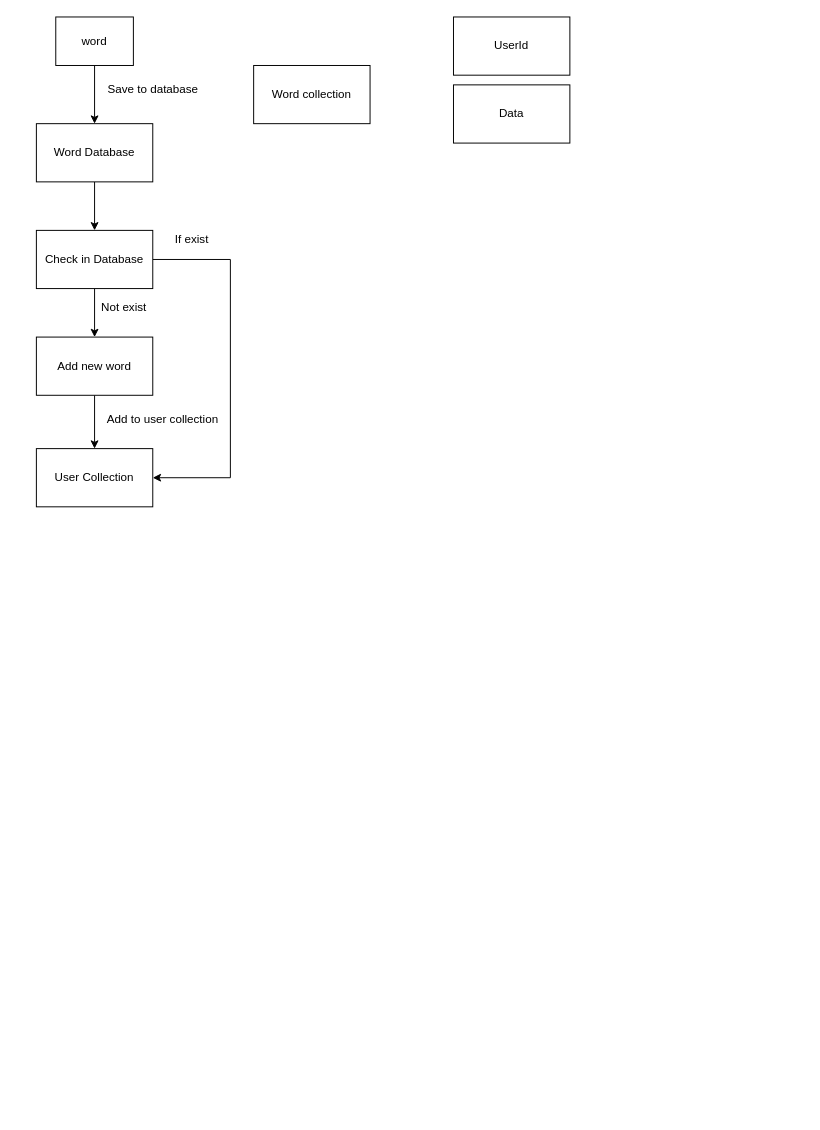
This is Untitled Diagram.drawio from sqhqk58/hello-world, a draw.io file, before an edit. Source tidied: cells renumbered, new cells numbered last; positions are measured from the earlier drawing's top-left corner, leaving out a move shared by most shapes. Both pictures are drawn from the tidied source at 97%, with x=0, y=0 at pixel (36, 16).
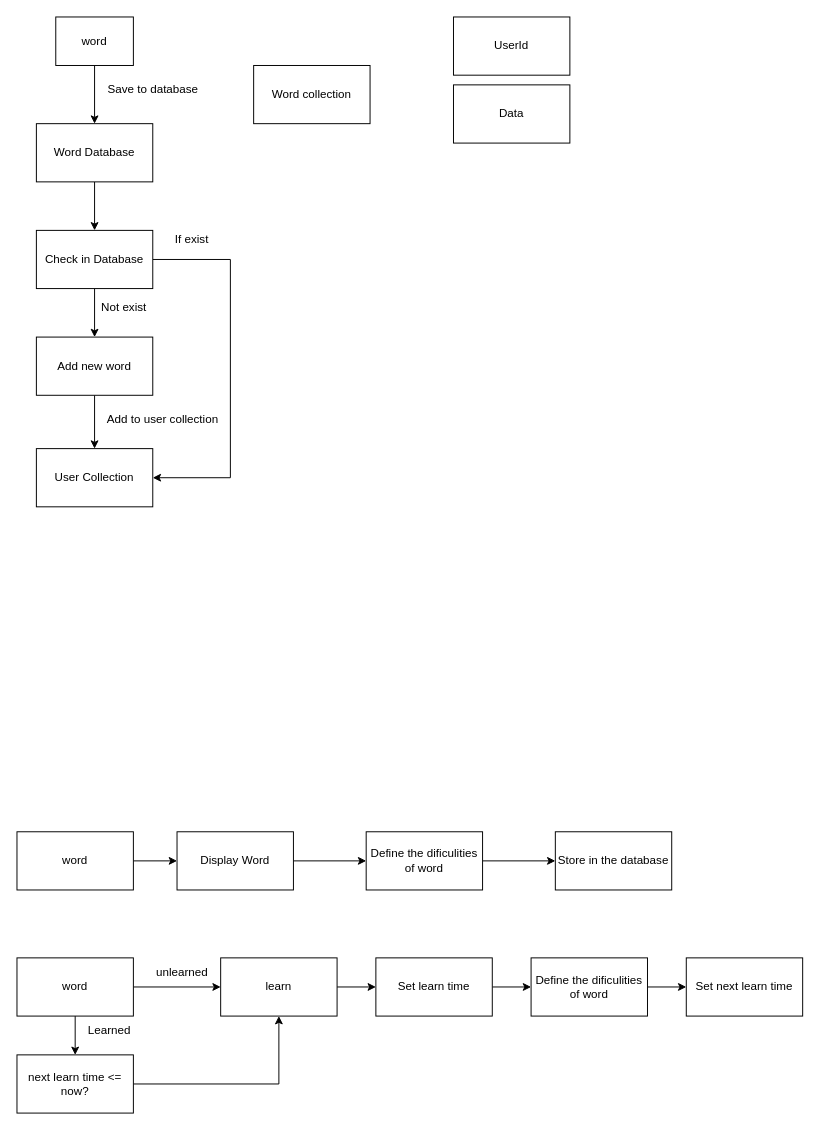
The same page after the edit.

Change to the diagram source:
```diff
@@
+    <mxCell id="19" style="edgeStyle=orthogonalEdgeStyle;rounded=0;jettySize=auto;html=1;entryX=0;entryY=0.5;entryDx=0;entryDy=0;" parent="1" edge="1" source="20" target="22">
+      <mxGeometry relative="1" as="geometry" />
+    </mxCell>
+    <mxCell id="20" value="Display Word" style="whiteSpace=wrap;html=1;" parent="1" vertex="1">
+      <mxGeometry x="145" y="840" width="120" height="60" as="geometry" />
+    </mxCell>
+    <mxCell id="21" style="edgeStyle=orthogonalEdgeStyle;rounded=0;jettySize=auto;html=1;entryX=0;entryY=0.5;entryDx=0;entryDy=0;" parent="1" edge="1" source="22" target="23">
+      <mxGeometry relative="1" as="geometry" />
+    </mxCell>
+    <mxCell id="22" value="Define the dificulities of word" style="whiteSpace=wrap;html=1;" parent="1" vertex="1">
+      <mxGeometry x="340" y="840" width="120" height="60" as="geometry" />
+    </mxCell>
+    <mxCell id="23" value="Store in the database" style="whiteSpace=wrap;html=1;" parent="1" vertex="1">
+      <mxGeometry x="535" y="840" width="120" height="60" as="geometry" />
+    </mxCell>
+    <mxCell id="24" style="edgeStyle=orthogonalEdgeStyle;rounded=0;jettySize=auto;html=1;" parent="1" edge="1" source="26" target="28">
+      <mxGeometry relative="1" as="geometry" />
+    </mxCell>
+    <mxCell id="25" style="edgeStyle=orthogonalEdgeStyle;rounded=0;jettySize=auto;html=1;entryX=0.5;entryY=0;entryDx=0;entryDy=0;" parent="1" edge="1" source="26" target="36">
+      <mxGeometry relative="1" as="geometry" />
+    </mxCell>
+    <mxCell id="26" value="word" style="whiteSpace=wrap;html=1;" parent="1" vertex="1">
+      <mxGeometry x="-20" y="970" width="120" height="60" as="geometry" />
+    </mxCell>
+    <mxCell id="27" style="edgeStyle=orthogonalEdgeStyle;rounded=0;jettySize=auto;html=1;entryX=0;entryY=0.5;entryDx=0;entryDy=0;" parent="1" edge="1" source="28" target="30">
+      <mxGeometry relative="1" as="geometry" />
+    </mxCell>
+    <mxCell id="28" value="learn" style="whiteSpace=wrap;html=1;" parent="1" vertex="1">
+      <mxGeometry x="190" y="970" width="120" height="60" as="geometry" />
+    </mxCell>
+    <mxCell id="29" style="edgeStyle=orthogonalEdgeStyle;rounded=0;jettySize=auto;html=1;entryX=0;entryY=0.5;entryDx=0;entryDy=0;" parent="1" edge="1" source="30" target="32">
+      <mxGeometry relative="1" as="geometry" />
+    </mxCell>
+    <mxCell id="30" value="Set learn time" style="whiteSpace=wrap;html=1;" parent="1" vertex="1">
+      <mxGeometry x="350" y="970" width="120" height="60" as="geometry" />
+    </mxCell>
+    <mxCell id="31" style="edgeStyle=orthogonalEdgeStyle;rounded=0;jettySize=auto;html=1;exitX=1;exitY=0.5;exitDx=0;exitDy=0;entryX=0;entryY=0.5;entryDx=0;entryDy=0;" parent="1" edge="1" source="32" target="33">
+      <mxGeometry relative="1" as="geometry" />
+    </mxCell>
+    <mxCell id="32" value="Define the dificulities of word" style="whiteSpace=wrap;html=1;" parent="1" vertex="1">
+      <mxGeometry x="510" y="970" width="120" height="60" as="geometry" />
+    </mxCell>
+    <mxCell id="33" value="Set next learn time" style="whiteSpace=wrap;html=1;" parent="1" vertex="1">
+      <mxGeometry x="670" y="970" width="120" height="60" as="geometry" />
+    </mxCell>
+    <mxCell id="34" value="unlearned" style="text;html=1;align=center;verticalAlign=middle;strokeColor=none;fillColor=none;" parent="1" vertex="1">
+      <mxGeometry x="110" y="970" width="80" height="30" as="geometry" />
+    </mxCell>
+    <mxCell id="35" style="edgeStyle=orthogonalEdgeStyle;rounded=0;jettySize=auto;html=1;entryX=0.5;entryY=1;entryDx=0;entryDy=0;" parent="1" edge="1" source="36" target="28">
+      <mxGeometry relative="1" as="geometry" />
+    </mxCell>
+    <mxCell id="36" value="next learn time &amp;lt;= now?" style="whiteSpace=wrap;html=1;" parent="1" vertex="1">
+      <mxGeometry x="-20" y="1070" width="120" height="60" as="geometry" />
+    </mxCell>
+    <mxCell id="37" value="Learned" style="text;html=1;align=center;verticalAlign=middle;strokeColor=none;fillColor=none;" parent="1" vertex="1">
+      <mxGeometry x="40" y="1030" width="70" height="30" as="geometry" />
+    </mxCell>
+    <mxCell id="38" style="edgeStyle=orthogonalEdgeStyle;rounded=0;jettySize=auto;html=1;entryX=0;entryY=0.5;entryDx=0;entryDy=0;" parent="1" edge="1" source="39" target="20">
+      <mxGeometry relative="1" as="geometry" />
+    </mxCell>
+    <mxCell id="39" value="word" style="whiteSpace=wrap;html=1;" parent="1" vertex="1">
+      <mxGeometry x="-20" y="840" width="120" height="60" as="geometry" />
+    </mxCell>
```
